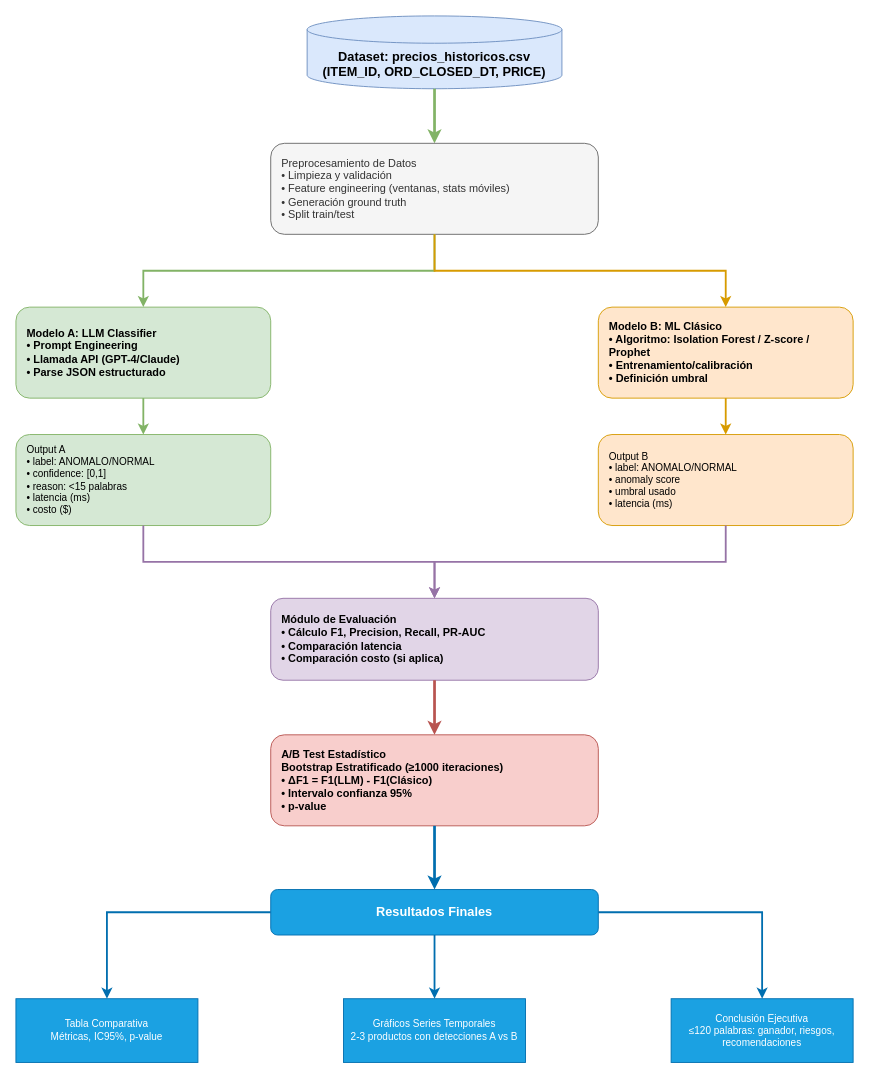
The draw.io diagram Ejercicio_1/diagrama_solucion.drawio in Danilo22m/Prueba_Mercado_Libre, before the edit. Source tidied: cells renumbered, new cells numbered last; positions are measured from the earlier drawing's top-left corner, leaving out a move shared by most shapes. Both pictures are drawn from the tidied source at 91%, with x=0, y=0 at pixel (15, 15).
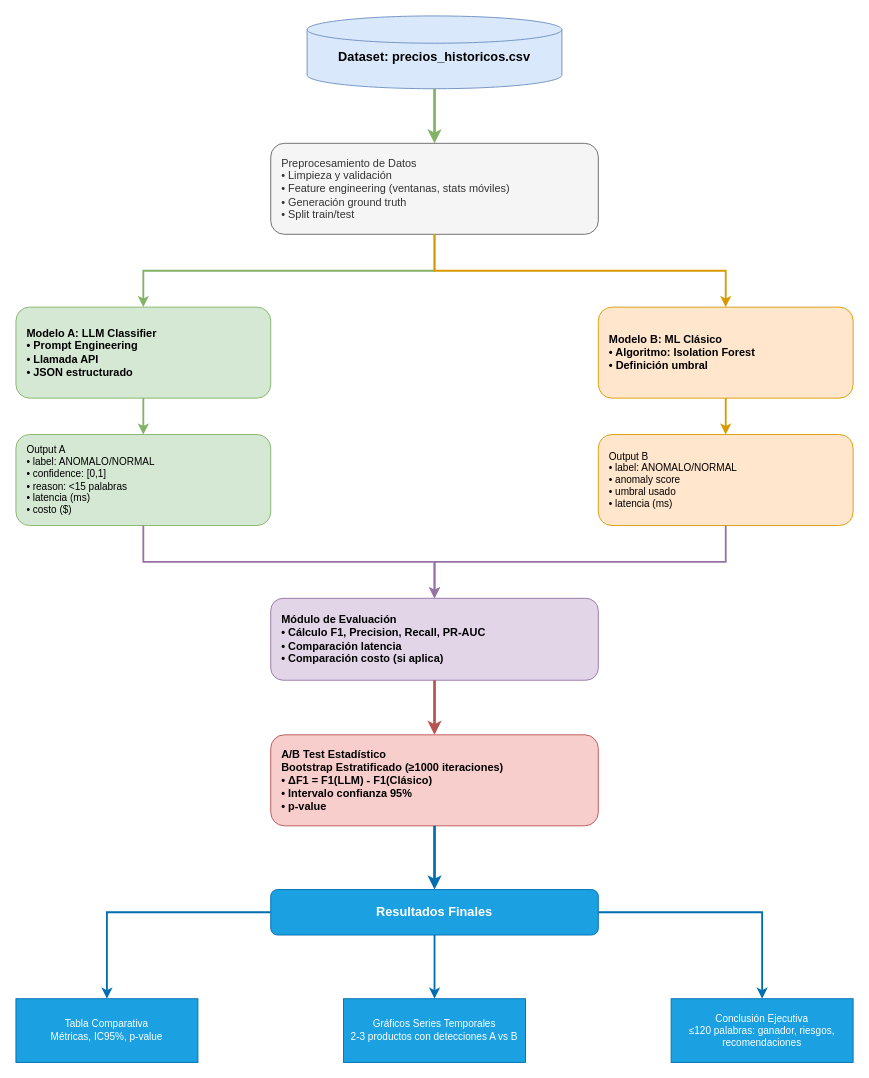
Above is the later version.

Change to the diagram source:
```diff
@@
-    <mxCell id="2" value="Dataset: precios_historicos.csv&#10;(ITEM_ID, ORD_CLOSED_DT, PRICE)" style="shape=cylinder3;whiteSpace=wrap;html=1;boundedLbl=1;backgroundOutline=1;size=15;fillColor=#dae8fc;strokeColor=#6c8ebf;fontSize=14;fontStyle=1;" parent="1" vertex="1">
+    <mxCell id="2" value="Dataset: precios_historicos.csv&lt;div&gt;&lt;br/&gt;&lt;/div&gt;" style="shape=cylinder3;whiteSpace=wrap;html=1;boundedLbl=1;backgroundOutline=1;size=15;fillColor=#dae8fc;strokeColor=#6c8ebf;fontSize=14;fontStyle=1;" parent="1" vertex="1">
       <mxGeometry x="320" width="280" height="80" as="geometry" />
     </mxCell>
@@
-    <mxCell id="7" value="Modelo A: LLM Classifier&#10;• Prompt Engineering&#10;• Llamada API (GPT-4/Claude)&#10;• Parse JSON estructurado" style="rounded=1;whiteSpace=wrap;html=1;fillColor=#d5e8d4;strokeColor=#82b366;fontSize=12;align=left;spacingLeft=10;fontStyle=1;" parent="1" vertex="1">
+    <mxCell id="7" value="Modelo A: LLM Classifier&lt;br&gt;• Prompt Engineering&lt;br&gt;• Llamada API&lt;br&gt;• JSON estructurado" style="rounded=1;whiteSpace=wrap;html=1;fillColor=#d5e8d4;strokeColor=#82b366;fontSize=12;align=left;spacingLeft=10;fontStyle=1;" parent="1" vertex="1">
       <mxGeometry y="320" width="280" height="100" as="geometry" />
     </mxCell>
@@
-    <mxCell id="10" value="Modelo B: ML Clásico&#10;• Algoritmo: Isolation Forest / Z-score / Prophet&#10;• Entrenamiento/calibración&#10;• Definición umbral" style="rounded=1;whiteSpace=wrap;html=1;fillColor=#ffe6cc;strokeColor=#d79b00;fontSize=12;align=left;spacingLeft=10;fontStyle=1;" parent="1" vertex="1">
+    <mxCell id="10" value="Modelo B: ML Clásico&lt;br&gt;• Algoritmo: Isolation Forest&amp;nbsp;&lt;br&gt;• Definición umbral" style="rounded=1;whiteSpace=wrap;html=1;fillColor=#ffe6cc;strokeColor=#d79b00;fontSize=12;align=left;spacingLeft=10;fontStyle=1;" parent="1" vertex="1">
       <mxGeometry x="640" y="320" width="280" height="100" as="geometry" />
     </mxCell>
```
